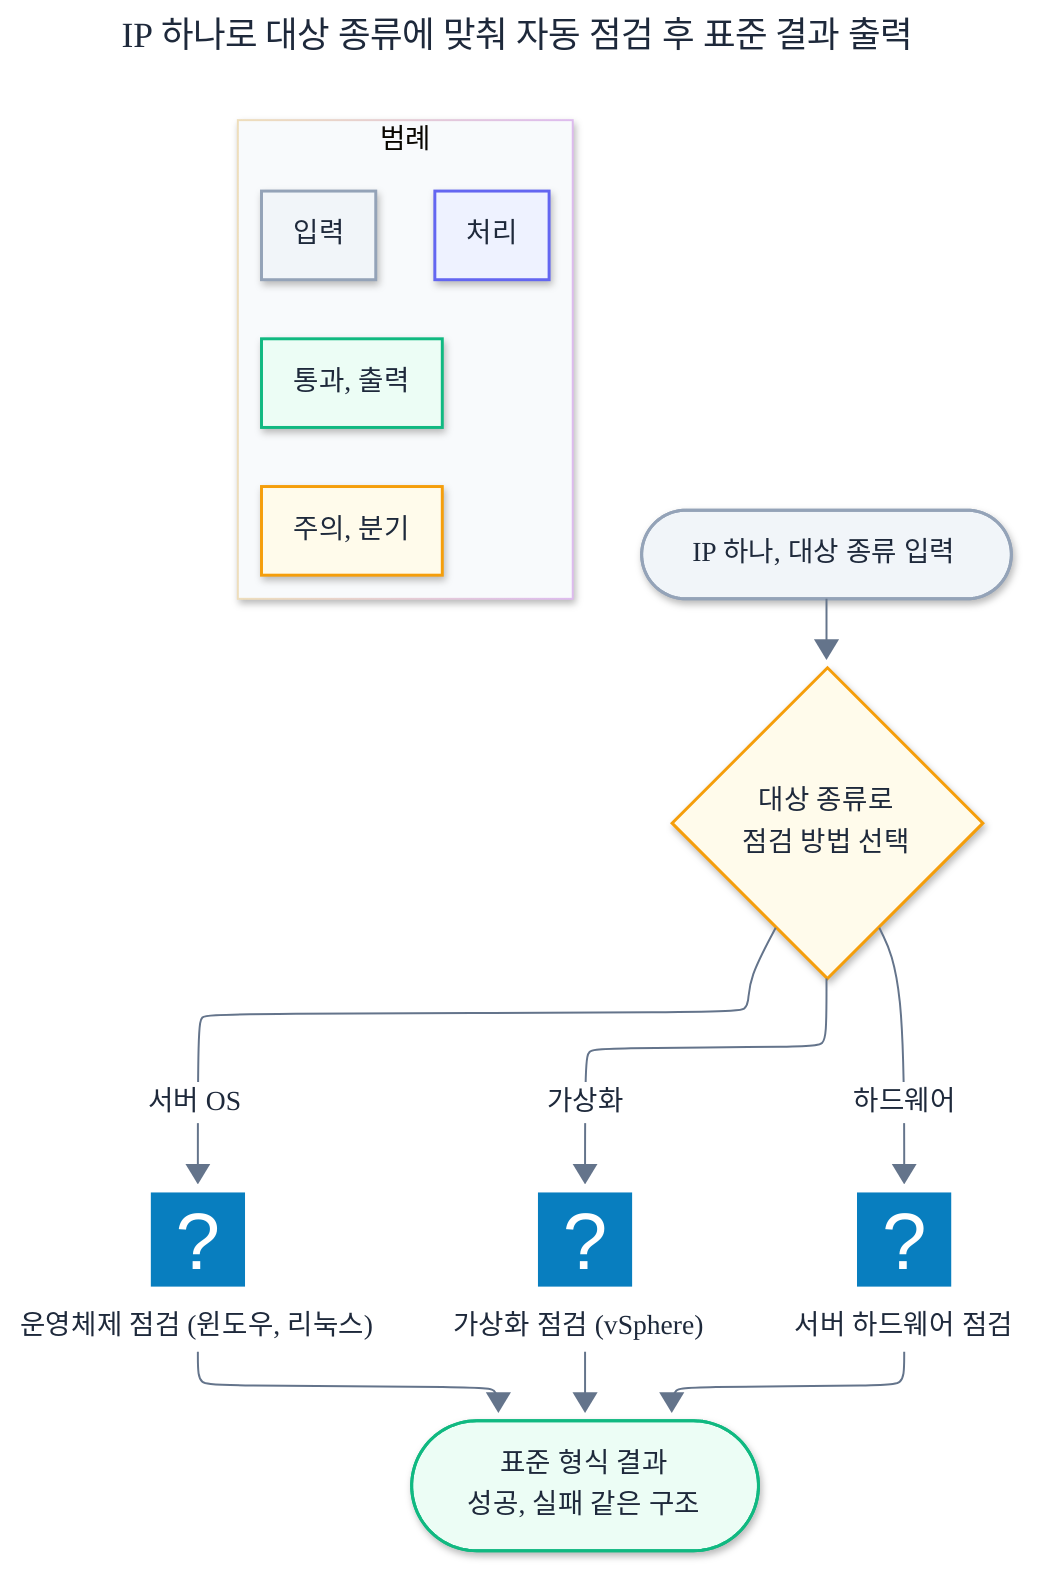
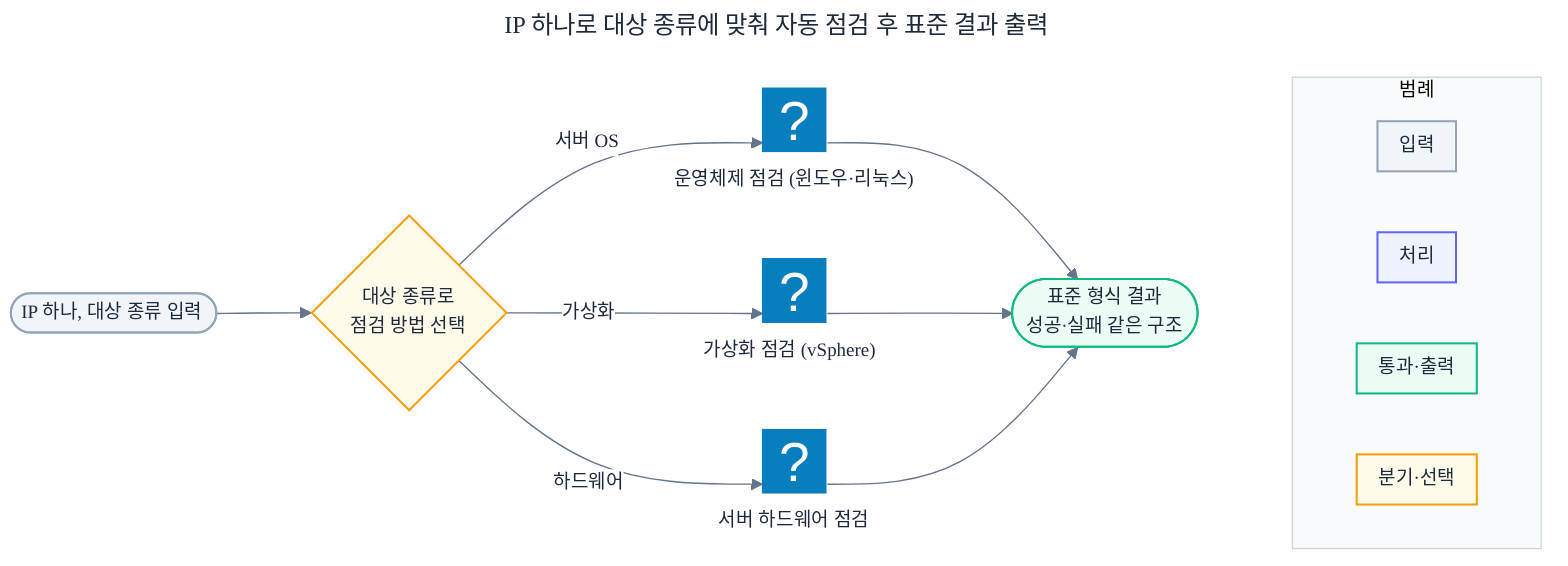
---
title: IP 하나로 대상 종류에 맞춰 자동 점검 후 표준 결과 출력
config:
-   layout: elk
-   look: neo
  theme: base
  themeVariables:
    fontFamily: 'Pretendard, Malgun Gothic, Noto Sans KR, sans-serif'
    fontSize: '14px'
    primaryTextColor: '#1E293B'
    lineColor: '#64748B'
    edgeLabelBackground: '#FFFFFF'
    clusterBkg: '#F8FAFC'
    clusterBorder: '#CBD5E1'
+   flowchart:
+     nodeSpacing: 45
+     rankSpacing: 70
+     padding: 8
---
- flowchart TD
+ flowchart LR
    IN(["IP 하나, 대상 종류 입력"]):::input
    PICK{"대상 종류로<br/>점검 방법 선택"}:::warn
-     OS@{ icon: "fa6-solid:desktop", label: "운영체제 점검 (윈도우, 리눅스)" }
+     OS@{ icon: "fa6-solid:desktop", label: "운영체제 점검 (윈도우·리눅스)" }
    ESXI@{ icon: "logos:vmware", label: "가상화 점검 (vSphere)" }
    HW@{ icon: "fa6-solid:server", label: "서버 하드웨어 점검" }
-     STD(["표준 형식 결과<br/>성공, 실패 같은 구조"]):::ok
+     STD(["표준 형식 결과<br/>성공·실패 같은 구조"]):::ok

    IN --> PICK
    PICK -- "서버 OS" --> OS --> STD
    PICK -- "가상화" --> ESXI --> STD
    PICK -- "하드웨어" --> HW --> STD

    OS:::proc
    ESXI:::proc
    HW:::proc

    subgraph LEGEND["범례"]
      direction LR
      LG_A["입력"]:::input
      LG_B["처리"]:::proc
-       LG_C["통과, 출력"]:::ok
-       LG_D["주의, 분기"]:::warn
+       LG_C["통과·출력"]:::ok
+       LG_D["분기·선택"]:::warn
    end
+     STD ~~~ LEGEND

    classDef input fill:#F1F5F9,stroke:#94A3B8,color:#1E293B,stroke-width:1.5px
    classDef proc  fill:#EEF2FF,stroke:#6366F1,color:#1E293B,stroke-width:1.5px
    classDef ok    fill:#ECFDF5,stroke:#10B981,color:#1E293B,stroke-width:1.5px
    classDef warn  fill:#FFFBEB,stroke:#F59E0B,color:#1E293B,stroke-width:1.5px
    classDef fail  fill:#FFF1F2,stroke:#F43F5E,color:#1E293B,stroke-width:1.5px
